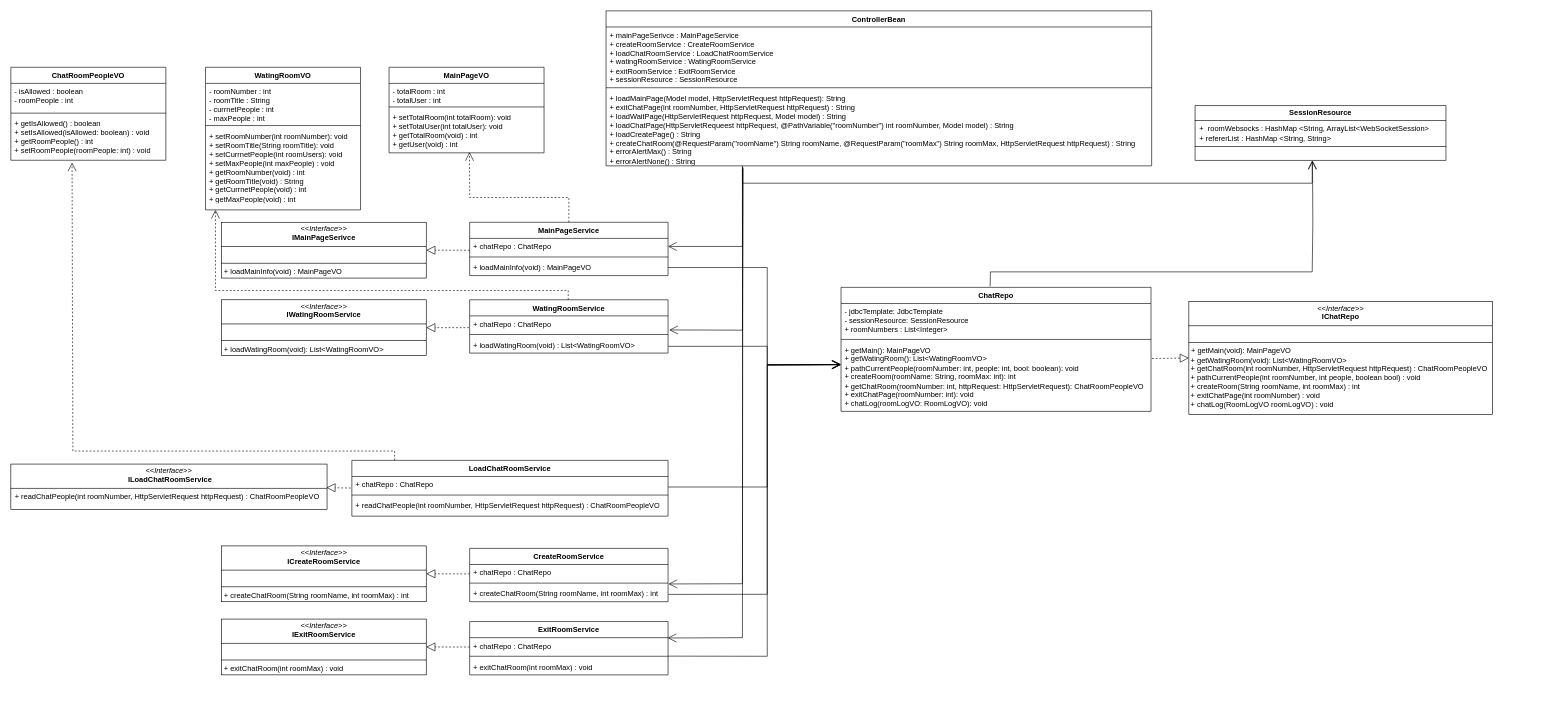
Before: 4. UML/ClassDiagram.drawio in bumjinDev/ChatProgram, a draw.io diagram. Source tidied: cells renumbered, new cells numbered last; positions are measured from the earlier drawing's top-left corner, leaving out a move shared by most shapes. Both pictures are drawn from the tidied source at 62%, with x=0, y=0 at pixel (11, 11).
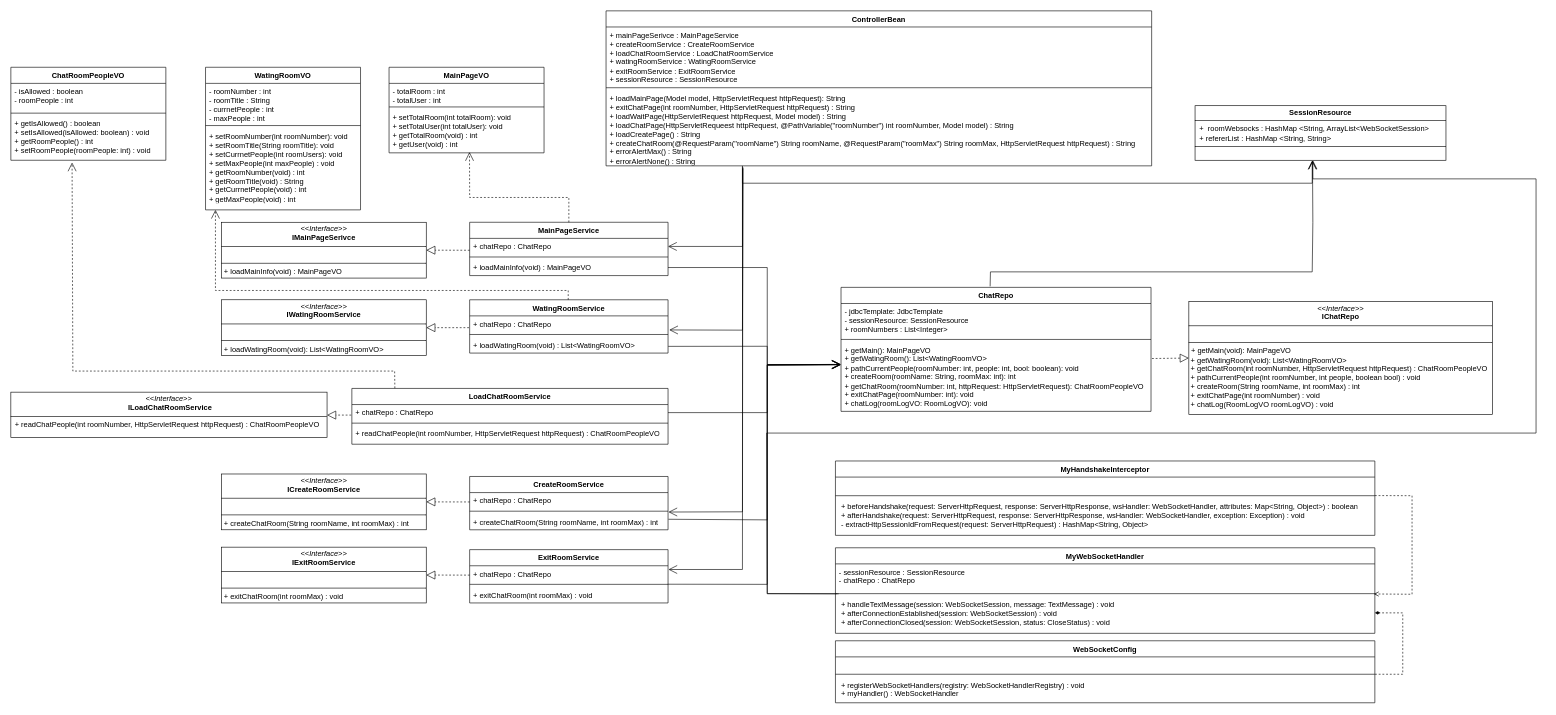
The same diagram, later.

Unchanged cells that the change refers to:
```xml
<mxCell id="25" value="&lt;div style=&quot;text-align: center;&quot;&gt;&lt;span style=&quot;background-color: initial;&quot;&gt;+ createChatRoom(String roomName, int roomMax)&amp;nbsp;&lt;/span&gt;&lt;span style=&quot;background-color: initial;&quot;&gt;: int&lt;/span&gt;&lt;/div&gt;" style="text;strokeColor=none;fillColor=none;align=left;verticalAlign=top;spacingLeft=4;spacingRight=4;overflow=hidden;points=[[0,0.5],[1,0.5]];portConstraint=eastwest;whiteSpace=wrap;html=1;" parent="22" vertex="1">
  <mxGeometry y="60" width="320" height="26" as="geometry" />
</mxCell>
<mxCell id="38" value="+ chatRepo : ChatRepo" style="text;strokeColor=none;fillColor=none;align=left;verticalAlign=top;spacingLeft=4;spacingRight=4;overflow=hidden;points=[[0,0.5],[1,0.5]];portConstraint=eastwest;whiteSpace=wrap;html=1;" parent="37" vertex="1">
  <mxGeometry y="26" width="510" height="26" as="geometry" />
</mxCell>
<mxCell id="48" value="+ getMain(): MainPageVO&lt;br/&gt;        + getWatingRoom(): List&amp;lt;WatingRoomVO&amp;gt;&lt;br/&gt;        + pathCurrentPeople(roomNumber: int, people: int, bool: boolean): void&lt;br/&gt;        + createRoom(roomName: String, roomMax: int): int&lt;br/&gt;        + getChatRoom(roomNumber: int, httpRequest: HttpServletRequest): ChatRoomPeopleVO&lt;br/&gt;        + exitChatPage(roomNumber: int): void&lt;br/&gt;        + chatLog(roomLogVO: RoomLogVO): void" style="text;strokeColor=none;fillColor=none;align=left;verticalAlign=top;spacingLeft=4;spacingRight=4;overflow=hidden;points=[[0,0.5],[1,0.5]];portConstraint=eastwest;whiteSpace=wrap;html=1;" parent="45" vertex="1">
  <mxGeometry y="88" width="500" height="112" as="geometry" />
</mxCell>
<mxCell id="54" value="+ chatRepo : ChatRepo" style="text;strokeColor=none;fillColor=none;align=left;verticalAlign=top;spacingLeft=4;spacingRight=4;overflow=hidden;points=[[0,0.5],[1,0.5]];portConstraint=eastwest;whiteSpace=wrap;html=1;" parent="53" vertex="1">
  <mxGeometry y="26" width="320" height="26" as="geometry" />
</mxCell>
<mxCell id="66" value="&lt;div&gt;&lt;div&gt;+ getIsAllowed() : boolean&lt;/div&gt;&lt;div&gt;+ setIsAllowed(isAllowed: boolean) : void&lt;/div&gt;&lt;div&gt;+ getRoomPeople() : int&lt;/div&gt;&lt;div&gt;+ setRoomPeople(roomPeople: int) : void&lt;/div&gt;&lt;/div&gt;&lt;div&gt;&lt;br&gt;&lt;/div&gt;" style="text;strokeColor=none;fillColor=none;align=left;verticalAlign=top;spacingLeft=4;spacingRight=4;overflow=hidden;points=[[0,0.5],[1,0.5]];portConstraint=eastwest;whiteSpace=wrap;html=1;" parent="63" vertex="1">
  <mxGeometry y="78" width="250" height="72" as="geometry" />
</mxCell>
```

What changed in the source:
```diff
@@
     <mxCell id="22" value="CreateRoomService" style="swimlane;fontStyle=1;align=center;verticalAlign=top;horizontal=1;startSize=26;whiteSpace=wrap;html=1;" parent="1" vertex="1">
-      <mxGeometry x="740" y="867" width="320" height="86" as="geometry" />
+      <mxGeometry x="740" y="751" width="320" height="86" as="geometry" />
     </mxCell>
@@
     <mxCell id="26" value="&lt;p style=&quot;margin:0px;margin-top:4px;text-align:center;&quot;&gt;&lt;i&gt;&amp;lt;&amp;lt;Interface&amp;gt;&amp;gt;&lt;/i&gt;&lt;br&gt;&lt;b&gt;I&lt;/b&gt;&lt;span style=&quot;font-weight: 700; background-color: initial;&quot;&gt;CreateRoomService&lt;/span&gt;&lt;/p&gt;&lt;hr size=&quot;1&quot; style=&quot;border-style:solid;&quot;&gt;&lt;p style=&quot;margin:0px;margin-left:4px;&quot;&gt;&lt;br&gt;&lt;/p&gt;&lt;hr size=&quot;1&quot; style=&quot;border-style:solid;&quot;&gt;&lt;p style=&quot;margin:0px;margin-left:4px;&quot;&gt;&lt;span style=&quot;text-align: center; background-color: initial;&quot;&gt;+ createChatRoom(String roomName, int roomMax)&amp;nbsp;&lt;/span&gt;&lt;span style=&quot;text-align: center; background-color: initial;&quot;&gt;: int&lt;/span&gt;&lt;br&gt;&lt;/p&gt;" style="verticalAlign=top;align=left;overflow=fill;html=1;whiteSpace=wrap;" parent="1" vertex="1">
-      <mxGeometry x="340" y="863" width="330" height="90" as="geometry" />
+      <mxGeometry x="340" y="747" width="330" height="90" as="geometry" />
     </mxCell>
@@
     <mxCell id="31" style="endArrow=open;endSize=12;html=1;rounded=0;entryX=1.002;entryY=-0.102;entryDx=0;entryDy=0;entryPerimeter=0;exitX=0.395;exitY=1.041;exitDx=0;exitDy=0;exitPerimeter=0;" parent="1" edge="1" target="25">
       <mxGeometry x="0.57" y="102" relative="1" as="geometry">
         <mxPoint x="1180.4" y="254.4" as="sourcePoint" />
         <Array as="points">
-          <mxPoint x="1180" y="924" />
+          <mxPoint x="1180" y="808" />
         </Array>
       </mxGeometry>
     </mxCell>
@@
-    <mxCell id="34" style="endArrow=open;endSize=12;html=1;rounded=0;exitX=1.002;exitY=0.547;exitDx=0;exitDy=0;exitPerimeter=0;entryX=-0.001;entryY=0.325;entryDx=0;entryDy=0;entryPerimeter=0;" parent="1" edge="1" source="25" target="48">
+    <mxCell id="34" style="endArrow=open;endSize=12;html=1;rounded=0;exitX=1.002;exitY=0.348;exitDx=0;exitDy=0;exitPerimeter=0;entryX=-0.001;entryY=0.325;entryDx=0;entryDy=0;entryPerimeter=0;" parent="1" edge="1" source="25" target="48">
       <mxGeometry relative="1" as="geometry">
         <Array as="points">
-          <mxPoint x="1220" y="941" />
+          <mxPoint x="1220" y="821" />
           <mxPoint x="1220" y="571" />
         </Array>
       </mxGeometry>
     </mxCell>
@@
     <mxCell id="37" value="LoadChatRoomService" style="swimlane;fontStyle=1;align=center;verticalAlign=top;horizontal=1;startSize=26;whiteSpace=wrap;html=1;" parent="1" vertex="1">
-      <mxGeometry x="550" y="725" width="510" height="90" as="geometry" />
+      <mxGeometry x="550" y="609" width="510" height="90" as="geometry" />
     </mxCell>
@@
     <mxCell id="41" value="&lt;p style=&quot;margin:0px;margin-top:4px;text-align:center;&quot;&gt;&lt;i&gt;&amp;lt;&amp;lt;Interface&amp;gt;&amp;gt;&lt;/i&gt;&lt;br&gt;&lt;/p&gt;&lt;p style=&quot;text-align: center; margin: 0px 0px 0px 4px;&quot;&gt;&lt;b&gt;ILoadChatRoomService&lt;/b&gt;&lt;br&gt;&lt;/p&gt;&lt;hr size=&quot;1&quot; style=&quot;border-style:solid;&quot;&gt;&lt;div style=&quot;&quot;&gt;&lt;span style=&quot;background-color: initial;&quot;&gt;&amp;nbsp;&amp;nbsp;&lt;/span&gt;&lt;span style=&quot;background-color: initial;&quot;&gt;+&amp;nbsp;&lt;/span&gt;&lt;span style=&quot;background-color: initial;&quot;&gt;readChatPeople(int roomNumber, HttpServletRequest httpRequest)&amp;nbsp;:&amp;nbsp;&lt;/span&gt;&lt;span style=&quot;background-color: initial;&quot;&gt;ChatRoomPeopleVO&lt;/span&gt;&lt;/div&gt;" style="verticalAlign=top;align=left;overflow=fill;html=1;whiteSpace=wrap;" parent="1" vertex="1">
-      <mxGeometry y="731" width="510" height="73" as="geometry" />
+      <mxGeometry y="615" width="510" height="73" as="geometry" />
     </mxCell>
-    <mxCell id="42" style="endArrow=block;dashed=1;endFill=0;endSize=12;html=1;rounded=0;exitX=-0.004;exitY=0.718;exitDx=0;exitDy=0;exitPerimeter=0;entryX=0.998;entryY=0.52;entryDx=0;entryDy=0;entryPerimeter=0;" parent="1" edge="1" source="38" target="41">
-      <mxGeometry relative="1" as="geometry" />
+    <mxCell id="42" style="endArrow=block;dashed=1;endFill=0;endSize=12;html=1;rounded=0;" parent="1" edge="1">
+      <mxGeometry relative="1" as="geometry">
+        <mxPoint x="549" y="652" as="sourcePoint" />
+        <mxPoint x="510" y="652" as="targetPoint" />
+      </mxGeometry>
     </mxCell>
@@
-    <mxCell id="44" style="endArrow=open;endSize=12;html=1;rounded=0;exitX=1;exitY=0.5;exitDx=0;exitDy=0;entryX=-0.001;entryY=0.327;entryDx=0;entryDy=0;entryPerimeter=0;" parent="1" edge="1" target="48">
+    <mxCell id="44" style="endArrow=open;endSize=12;html=1;rounded=0;exitX=1;exitY=0.5;exitDx=0;exitDy=0;entryX=-0.001;entryY=0.327;entryDx=0;entryDy=0;entryPerimeter=0;" parent="1" edge="1" source="38" target="48">
       <mxGeometry relative="1" as="geometry">
-        <mxPoint x="1060.3" y="768" as="sourcePoint" />
         <Array as="points">
-          <mxPoint x="1220" y="768" />
+          <mxPoint x="1220" y="648" />
           <mxPoint x="1220" y="571" />
         </Array>
       </mxGeometry>
     </mxCell>
@@
     <mxCell id="53" value="ExitRoomService" style="swimlane;fontStyle=1;align=center;verticalAlign=top;horizontal=1;startSize=26;whiteSpace=wrap;html=1;" parent="1" vertex="1">
-      <mxGeometry x="740" y="985" width="320" height="86" as="geometry" />
+      <mxGeometry x="740" y="869" width="320" height="86" as="geometry" />
     </mxCell>
@@
     <mxCell id="57" value="&lt;p style=&quot;margin:0px;margin-top:4px;text-align:center;&quot;&gt;&lt;i&gt;&amp;lt;&amp;lt;Interface&amp;gt;&amp;gt;&lt;/i&gt;&lt;br&gt;&lt;b&gt;IExit&lt;/b&gt;&lt;span style=&quot;font-weight: 700; background-color: initial;&quot;&gt;RoomService&lt;/span&gt;&lt;/p&gt;&lt;hr size=&quot;1&quot; style=&quot;border-style:solid;&quot;&gt;&lt;p style=&quot;margin:0px;margin-left:4px;&quot;&gt;&lt;br&gt;&lt;/p&gt;&lt;hr size=&quot;1&quot; style=&quot;border-style:solid;&quot;&gt;&lt;p style=&quot;margin:0px;margin-left:4px;&quot;&gt;&lt;span style=&quot;text-align: center; background-color: initial;&quot;&gt;+ exitChatRoom(int roomMax)&amp;nbsp;&lt;/span&gt;&lt;span style=&quot;text-align: center; background-color: initial;&quot;&gt;: void&lt;/span&gt;&lt;br&gt;&lt;/p&gt;" style="verticalAlign=top;align=left;overflow=fill;html=1;whiteSpace=wrap;" parent="1" vertex="1">
-      <mxGeometry x="340" y="981" width="330" height="90" as="geometry" />
+      <mxGeometry x="340" y="865" width="330" height="90" as="geometry" />
     </mxCell>
@@
     <mxCell id="59" style="endArrow=open;endSize=12;html=1;rounded=0;exitX=0.999;exitY=1.146;exitDx=0;exitDy=0;exitPerimeter=0;entryX=0;entryY=0.325;entryDx=0;entryDy=0;entryPerimeter=0;" parent="1" edge="1" source="54" target="48">
       <mxGeometry relative="1" as="geometry">
         <Array as="points">
-          <mxPoint x="1220" y="1041" />
+          <mxPoint x="1220" y="925" />
           <mxPoint x="1220" y="571" />
         </Array>
       </mxGeometry>
     </mxCell>
-    <mxCell id="60" style="endArrow=open;endSize=12;html=1;rounded=0;entryX=0.998;entryY=0.02;entryDx=0;entryDy=0;entryPerimeter=0;exitX=0.395;exitY=1.041;exitDx=0;exitDy=0;exitPerimeter=0;" parent="1" edge="1" target="54">
+    <mxCell id="60" style="endArrow=open;endSize=12;html=1;rounded=0;entryX=1.002;entryY=0.233;entryDx=0;entryDy=0;entryPerimeter=0;exitX=0.395;exitY=1.041;exitDx=0;exitDy=0;exitPerimeter=0;" parent="1" edge="1" target="54">
       <mxGeometry x="0.57" y="102" relative="1" as="geometry">
         <mxPoint x="1180.4" y="254.4" as="sourcePoint" />
         <Array as="points">
-          <mxPoint x="1180" y="1011" />
+          <mxPoint x="1180" y="901" />
         </Array>
       </mxGeometry>
     </mxCell>
@@
-    <mxCell id="67" style="endArrow=open;endFill=1;endSize=12;html=1;rounded=0;exitX=0.5;exitY=0;exitDx=0;exitDy=0;dashed=1;entryX=0.395;entryY=1.05;entryDx=0;entryDy=0;entryPerimeter=0;" parent="1" edge="1" target="66">
+    <mxCell id="67" style="endArrow=open;endFill=1;endSize=12;html=1;rounded=0;exitX=0.136;exitY=-0.004;exitDx=0;exitDy=0;dashed=1;entryX=0.395;entryY=1.05;entryDx=0;entryDy=0;entryPerimeter=0;exitPerimeter=0;" parent="1" edge="1" source="37" target="66">
       <mxGeometry relative="1" as="geometry">
-        <mxPoint x="619" y="725" as="sourcePoint" />
         <Array as="points">
-          <mxPoint x="619" y="710" />
-          <mxPoint x="100" y="710" />
+          <mxPoint x="619" y="581" />
+          <mxPoint x="100" y="581" />
         </Array>
       </mxGeometry>
     </mxCell>
@@
+    <mxCell id="69" value="MyHandshakeInterceptor" style="swimlane;fontStyle=1;align=center;verticalAlign=top;horizontal=1;startSize=26;whiteSpace=wrap;html=1;" parent="1" vertex="1">
+      <mxGeometry x="1330" y="726" width="870" height="120" as="geometry" />
+    </mxCell>
+    <mxCell id="70" value="&amp;nbsp;" style="text;strokeColor=none;fillColor=none;align=left;verticalAlign=top;spacingLeft=4;spacingRight=4;overflow=hidden;whiteSpace=wrap;html=1;" parent="69" vertex="1">
+      <mxGeometry y="26" width="870" height="26" as="geometry" />
+    </mxCell>
+    <mxCell id="71" style="line;strokeWidth=1;fillColor=none;align=left;verticalAlign=middle;spacingTop=-1;spacingLeft=3;spacingRight=3;labelPosition=right;strokeColor=inherit;" parent="69" vertex="1">
+      <mxGeometry y="52" width="870" height="8" as="geometry" />
+    </mxCell>
+    <mxCell id="72" value="&lt;div style=&quot;&quot;&gt;&lt;div&gt;&amp;nbsp;+ beforeHandshake(request: ServerHttpRequest, response: ServerHttpResponse, wsHandler: WebSocketHandler, attributes: Map&amp;lt;String, Object&amp;gt;) : boolean&lt;/div&gt;&lt;div&gt;&amp;nbsp;+ afterHandshake(request: ServerHttpRequest, response: ServerHttpResponse, wsHandler: WebSocketHandler, exception: Exception) : void&lt;/div&gt;&lt;div&gt;&amp;nbsp;- extractHttpSessionIdFromRequest(request: ServerHttpRequest) : HashMap&amp;lt;String, Object&amp;gt;&lt;/div&gt;&lt;/div&gt;" style="text;strokeColor=none;fillColor=none;align=left;verticalAlign=top;spacingLeft=4;spacingRight=4;overflow=hidden;whiteSpace=wrap;html=1;" parent="69" vertex="1">
+      <mxGeometry y="60" width="870" height="60" as="geometry" />
+    </mxCell>
+    <mxCell id="73" value="MyWebSocketHandler" style="swimlane;fontStyle=1;align=center;verticalAlign=top;horizontal=1;startSize=26;whiteSpace=wrap;html=1;" parent="1" vertex="1">
+      <mxGeometry x="1330" y="866" width="870" height="138" as="geometry" />
+    </mxCell>
+    <mxCell id="74" value="&lt;div&gt;- sessionResource : SessionResource&lt;/div&gt;&lt;div&gt;- chatRepo : ChatRepo&amp;nbsp;&lt;/div&gt;" style="text;strokeColor=none;fillColor=none;align=left;verticalAlign=top;spacingLeft=4;spacingRight=4;overflow=hidden;whiteSpace=wrap;html=1;" parent="73" vertex="1">
+      <mxGeometry y="26" width="870" height="44" as="geometry" />
+    </mxCell>
+    <mxCell id="75" style="line;strokeWidth=1;fillColor=none;align=left;verticalAlign=middle;spacingTop=-1;spacingLeft=3;spacingRight=3;labelPosition=right;points=[];portConstraint=eastwest;strokeColor=inherit;" parent="73" vertex="1">
+      <mxGeometry y="70" width="870" height="8" as="geometry" />
+    </mxCell>
+    <mxCell id="76" value="&lt;div style=&quot;&quot;&gt;&lt;div&gt;&amp;nbsp;+ handleTextMessage(session: WebSocketSession, message: TextMessage) : void&lt;/div&gt;&lt;div&gt;&amp;nbsp;+ afterConnectionEstablished(session: WebSocketSession) : void&lt;/div&gt;&lt;div&gt;&amp;nbsp;+ afterConnectionClosed(session: WebSocketSession, status: CloseStatus) : void&lt;/div&gt;&lt;/div&gt;" style="text;strokeColor=none;fillColor=none;align=left;verticalAlign=top;spacingLeft=4;spacingRight=4;overflow=hidden;points=[[0,0.5],[1,0.5]];portConstraint=eastwest;whiteSpace=wrap;html=1;" parent="73" vertex="1">
+      <mxGeometry y="78" width="870" height="60" as="geometry" />
+    </mxCell>
+    <mxCell id="77" value="WebSocketConfig" style="swimlane;fontStyle=1;align=center;verticalAlign=top;horizontal=1;startSize=26;whiteSpace=wrap;html=1;" parent="1" vertex="1">
+      <mxGeometry x="1330" y="1016" width="870" height="100" as="geometry" />
+    </mxCell>
+    <mxCell id="78" value="&lt;div&gt;&amp;nbsp;&lt;/div&gt;" style="text;strokeColor=none;fillColor=none;align=left;verticalAlign=top;spacingLeft=4;spacingRight=4;overflow=hidden;whiteSpace=wrap;html=1;" parent="77" vertex="1">
+      <mxGeometry y="26" width="870" height="24" as="geometry" />
+    </mxCell>
+    <mxCell id="79" style="line;strokeWidth=1;fillColor=none;align=left;verticalAlign=middle;spacingTop=-1;spacingLeft=3;spacingRight=3;labelPosition=right;strokeColor=inherit;" parent="77" vertex="1">
+      <mxGeometry y="50" width="870" height="8" as="geometry" />
+    </mxCell>
+    <mxCell id="80" value="&lt;div style=&quot;&quot;&gt;&lt;div&gt;&amp;nbsp;+ registerWebSocketHandlers(registry: WebSocketHandlerRegistry) : void&lt;/div&gt;&lt;div&gt;&amp;nbsp;+ myHandler() : WebSocketHandler&amp;nbsp;&lt;/div&gt;&lt;/div&gt;" style="text;strokeColor=none;fillColor=none;align=left;verticalAlign=top;spacingLeft=4;spacingRight=4;overflow=hidden;whiteSpace=wrap;html=1;" parent="77" vertex="1">
+      <mxGeometry y="58" width="870" height="42" as="geometry" />
+    </mxCell>
+    <mxCell id="81" style="endArrow=open;endSize=12;html=1;rounded=0;exitX=0.002;exitY=0.519;exitDx=0;exitDy=0;exitPerimeter=0;entryX=-0.002;entryY=0.323;entryDx=0;entryDy=0;entryPerimeter=0;" parent="1" edge="1" source="75" target="48">
+      <mxGeometry relative="1" as="geometry">
+        <Array as="points">
+          <mxPoint x="1220" y="940" />
+          <mxPoint x="1220" y="571" />
+        </Array>
+      </mxGeometry>
+    </mxCell>
+    <mxCell id="82" style="endArrow=open;endSize=12;html=1;rounded=0;exitX=0.006;exitY=-0.063;exitDx=0;exitDy=0;exitPerimeter=0;" parent="1" edge="1" source="76">
+      <mxGeometry relative="1" as="geometry">
+        <mxPoint x="2100" y="241" as="targetPoint" />
+        <Array as="points">
+          <mxPoint x="1220" y="940" />
+          <mxPoint x="1219" y="681" />
+          <mxPoint x="2460" y="681" />
+          <mxPoint x="2460" y="271" />
+          <mxPoint x="2100" y="271" />
+        </Array>
+      </mxGeometry>
+    </mxCell>
+    <mxCell id="83" style="endArrow=open;html=1;rounded=0;entryX=0.998;entryY=0.565;entryDx=0;entryDy=0;entryPerimeter=0;exitX=1;exitY=0.355;exitDx=0;exitDy=0;exitPerimeter=0;dashed=1;endFill=0;" parent="1" edge="1" target="75">
+      <mxGeometry relative="1" as="geometry">
+        <mxPoint x="2200" y="781.8" as="sourcePoint" />
+        <Array as="points">
+          <mxPoint x="2260" y="782" />
+          <mxPoint x="2260" y="941" />
+        </Array>
+      </mxGeometry>
+    </mxCell>
+    <mxCell id="84" style="endArrow=diamondThin;html=1;rounded=0;exitX=1.006;exitY=-0.024;exitDx=0;exitDy=0;exitPerimeter=0;endFill=1;dashed=1;" parent="1" edge="1">
+      <mxGeometry relative="1" as="geometry">
+        <mxPoint x="2200.2" y="1070" as="sourcePoint" />
+        <mxPoint x="2200" y="971" as="targetPoint" />
+        <Array as="points">
+          <mxPoint x="2245" y="1070" />
+          <mxPoint x="2245" y="971" />
+        </Array>
+      </mxGeometry>
+    </mxCell>
```
